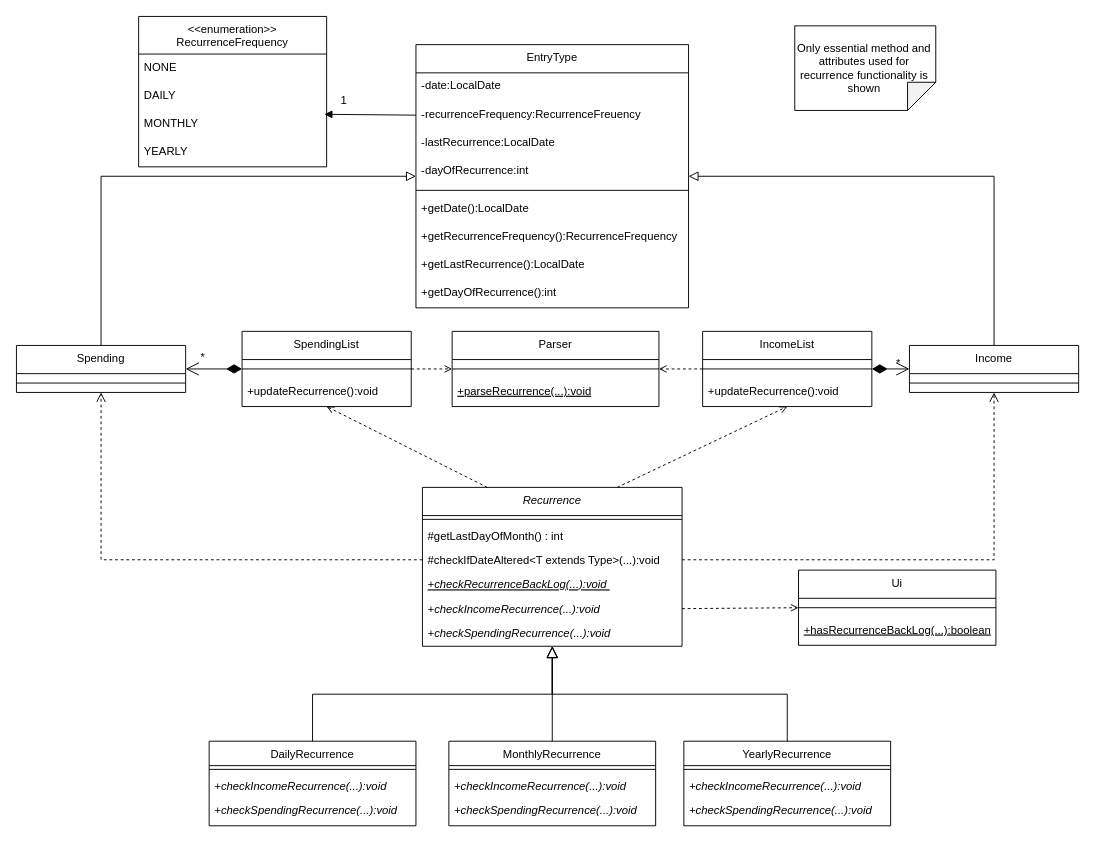
This is docs/Diagrams/Recurrence/recurrenceCD.drawio from wongwh2002/CS2113TeamProject, a draw.io file, before an edit. Source tidied: cells renumbered, new cells numbered last; positions are measured from the earlier drawing's top-left corner, leaving out a move shared by most shapes. Both pictures are drawn from the tidied source at 94%, with x=0, y=0 at pixel (16, -3).
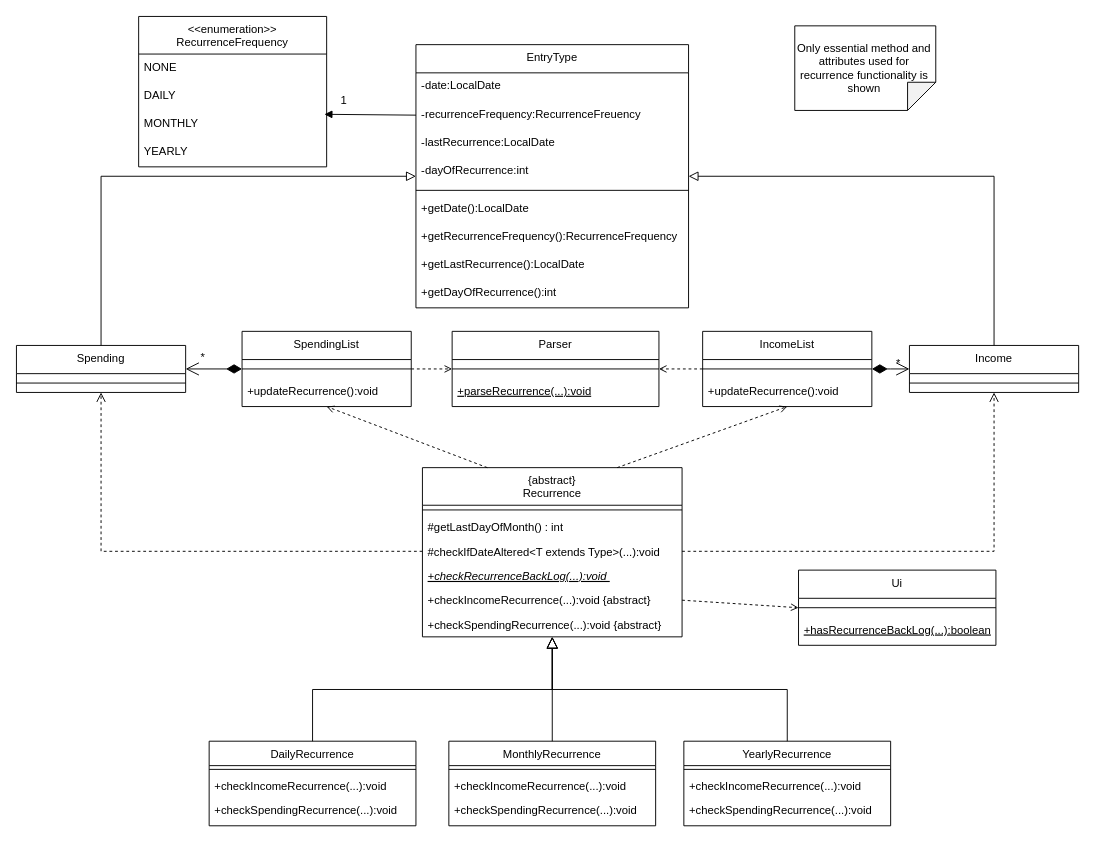
The same diagram, later.

Unchanged cells that the change refers to:
```xml
<mxCell id="9" value="DailyRecurrence" style="swimlane;fontStyle=0;align=center;verticalAlign=top;horizontal=1;startSize=26;rounded=0;shadow=0;strokeWidth=1;fontSize=12;" parent="1" vertex="1">
  <mxGeometry x="205" y="791" width="220" height="90" as="geometry" />
</mxCell>
<mxCell id="14" value="MonthlyRecurrence" style="swimlane;fontStyle=0;align=center;verticalAlign=top;horizontal=1;startSize=26;rounded=0;shadow=0;strokeWidth=1;fontSize=12;" parent="1" vertex="1">
  <mxGeometry x="460" y="791" width="220" height="90" as="geometry" />
</mxCell>
<mxCell id="19" value="YearlyRecurrence" style="swimlane;fontStyle=0;align=center;verticalAlign=top;horizontal=1;startSize=26;rounded=0;shadow=0;strokeWidth=1;fontSize=12;" parent="1" vertex="1">
  <mxGeometry x="710" y="791" width="220" height="90" as="geometry" />
</mxCell>
```

The edit, as a diff of the source:
```diff
@@
-    <mxCell id="2" value="Recurrence" style="swimlane;fontStyle=2;align=center;verticalAlign=top;horizontal=1;startSize=30;rounded=0;shadow=0;strokeWidth=1;fontSize=12;" parent="1" vertex="1">
-      <mxGeometry x="431.9" y="521" width="276.2" height="169" as="geometry" />
+    <mxCell id="2" value="{abstract}&#10;Recurrence" style="swimlane;fontStyle=0;align=center;verticalAlign=top;horizontal=1;startSize=40;rounded=0;shadow=0;strokeWidth=1;fontSize=12;" parent="1" vertex="1">
+      <mxGeometry x="431.9" y="500" width="276.2" height="180" as="geometry" />
     </mxCell>
     <mxCell id="3" style="line;html=1;strokeWidth=1;align=left;verticalAlign=middle;spacingTop=-1;spacingLeft=3;spacingRight=3;labelPosition=right;fontSize=12;" parent="2" vertex="1">
-      <mxGeometry y="30" width="276.2" height="8" as="geometry" />
+      <mxGeometry y="40" width="276.2" height="10" as="geometry" />
     </mxCell>
     <mxCell id="4" value="#getLastDayOfMonth() : int" style="text;align=left;verticalAlign=top;spacingLeft=4;spacingRight=4;overflow=hidden;fontSize=12;" parent="2" vertex="1">
-      <mxGeometry y="38" width="276.2" height="26" as="geometry" />
+      <mxGeometry y="50" width="276.2" height="26" as="geometry" />
     </mxCell>
     <mxCell id="5" value="#checkIfDateAltered&lt;T extends Type&gt;(...):void" style="text;align=left;verticalAlign=top;spacingLeft=4;spacingRight=4;overflow=hidden;points=[[0,0.5],[1,0.5]];portConstraint=eastwest;fontSize=12;" parent="2" vertex="1">
-      <mxGeometry y="64" width="276.2" height="26" as="geometry" />
+      <mxGeometry y="76" width="276.2" height="26" as="geometry" />
     </mxCell>
     <mxCell id="6" value="+checkRecurrenceBackLog(...):void " style="text;align=left;verticalAlign=top;spacingLeft=4;spacingRight=4;overflow=hidden;fontStyle=6;fontSize=12;" parent="2" vertex="1">
-      <mxGeometry y="90" width="276.2" height="26" as="geometry" />
+      <mxGeometry y="102" width="276.2" height="26" as="geometry" />
     </mxCell>
-    <mxCell id="7" value="+checkIncomeRecurrence(...):void " style="text;align=left;verticalAlign=top;spacingLeft=4;spacingRight=4;overflow=hidden;points=[[0,0.5],[1,0.5]];portConstraint=eastwest;fontStyle=2;fontSize=12;" parent="2" vertex="1">
-      <mxGeometry y="116" width="276.2" height="26" as="geometry" />
+    <mxCell id="7" value="+checkIncomeRecurrence(...):void {abstract} " style="text;align=left;verticalAlign=top;spacingLeft=4;spacingRight=4;overflow=hidden;points=[[0,0.5],[1,0.5]];portConstraint=eastwest;fontStyle=0;fontSize=12;" parent="2" vertex="1">
+      <mxGeometry y="128" width="276.2" height="26" as="geometry" />
     </mxCell>
-    <mxCell id="8" value="+checkSpendingRecurrence(...):void " style="text;align=left;verticalAlign=top;spacingLeft=4;spacingRight=4;overflow=hidden;fontStyle=2;fontSize=12;" parent="2" vertex="1">
-      <mxGeometry y="142" width="276.2" height="26" as="geometry" />
+    <mxCell id="8" value="+checkSpendingRecurrence(...):void {abstract}" style="text;align=left;verticalAlign=top;spacingLeft=4;spacingRight=4;overflow=hidden;fontStyle=0;fontSize=12;" parent="2" vertex="1">
+      <mxGeometry y="154" width="276.2" height="26" as="geometry" />
     </mxCell>
@@
-    <mxCell id="11" value="+checkIncomeRecurrence(...):void " style="text;align=left;verticalAlign=top;spacingLeft=4;spacingRight=4;overflow=hidden;fontStyle=2;fontSize=12;" parent="9" vertex="1">
+    <mxCell id="11" value="+checkIncomeRecurrence(...):void " style="text;align=left;verticalAlign=top;spacingLeft=4;spacingRight=4;overflow=hidden;fontStyle=0;fontSize=12;" parent="9" vertex="1">
       <mxGeometry y="34" width="220" height="26" as="geometry" />
     </mxCell>
-    <mxCell id="12" value="+checkSpendingRecurrence(...):void " style="text;align=left;verticalAlign=top;spacingLeft=4;spacingRight=4;overflow=hidden;fontStyle=2;fontSize=12;" parent="9" vertex="1">
+    <mxCell id="12" value="+checkSpendingRecurrence(...):void " style="text;align=left;verticalAlign=top;spacingLeft=4;spacingRight=4;overflow=hidden;fontStyle=0;fontSize=12;" parent="9" vertex="1">
       <mxGeometry y="60" width="220" height="26" as="geometry" />
     </mxCell>
@@
-    <mxCell id="16" value="+checkIncomeRecurrence(...):void " style="text;align=left;verticalAlign=top;spacingLeft=4;spacingRight=4;overflow=hidden;fontStyle=2;fontSize=12;" parent="14" vertex="1">
+    <mxCell id="16" value="+checkIncomeRecurrence(...):void " style="text;align=left;verticalAlign=top;spacingLeft=4;spacingRight=4;overflow=hidden;fontStyle=0;fontSize=12;" parent="14" vertex="1">
       <mxGeometry y="34" width="220" height="26" as="geometry" />
     </mxCell>
-    <mxCell id="17" value="+checkSpendingRecurrence(...):void " style="text;align=left;verticalAlign=top;spacingLeft=4;spacingRight=4;overflow=hidden;fontStyle=2;fontSize=12;" parent="14" vertex="1">
+    <mxCell id="17" value="+checkSpendingRecurrence(...):void " style="text;align=left;verticalAlign=top;spacingLeft=4;spacingRight=4;overflow=hidden;fontStyle=0;fontSize=12;" parent="14" vertex="1">
       <mxGeometry y="60" width="220" height="30" as="geometry" />
     </mxCell>
@@
-    <mxCell id="21" value="+checkIncomeRecurrence(...):void " style="text;align=left;verticalAlign=top;spacingLeft=4;spacingRight=4;overflow=hidden;fontStyle=2;fontSize=12;" parent="19" vertex="1">
+    <mxCell id="21" value="+checkIncomeRecurrence(...):void " style="text;align=left;verticalAlign=top;spacingLeft=4;spacingRight=4;overflow=hidden;fontStyle=0;fontSize=12;" parent="19" vertex="1">
       <mxGeometry y="34" width="220" height="26" as="geometry" />
     </mxCell>
-    <mxCell id="22" value="+checkSpendingRecurrence(...):void " style="text;align=left;verticalAlign=top;spacingLeft=4;spacingRight=4;overflow=hidden;fontStyle=2;fontSize=12;" parent="19" vertex="1">
+    <mxCell id="22" value="+checkSpendingRecurrence(...):void " style="text;align=left;verticalAlign=top;spacingLeft=4;spacingRight=4;overflow=hidden;fontStyle=0;fontSize=12;" parent="19" vertex="1">
       <mxGeometry y="60" width="220" height="30" as="geometry" />
     </mxCell>
```
